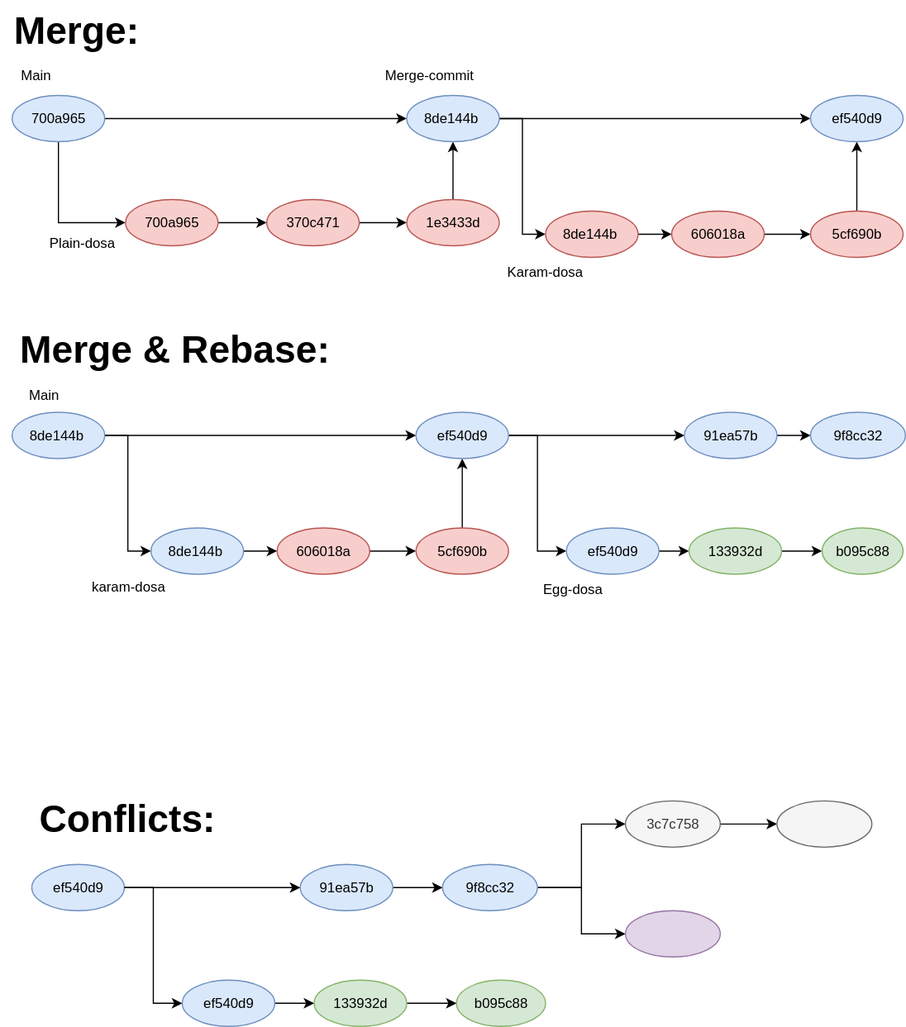
Earlier version of the draw.io export Untitled Diagram.svg (MEDASANI-CHARAN/git-dosa). Source tidied: cells renumbered, new cells last; positions are measured from the earlier drawing's top-left corner, leaving out a move shared by most shapes.
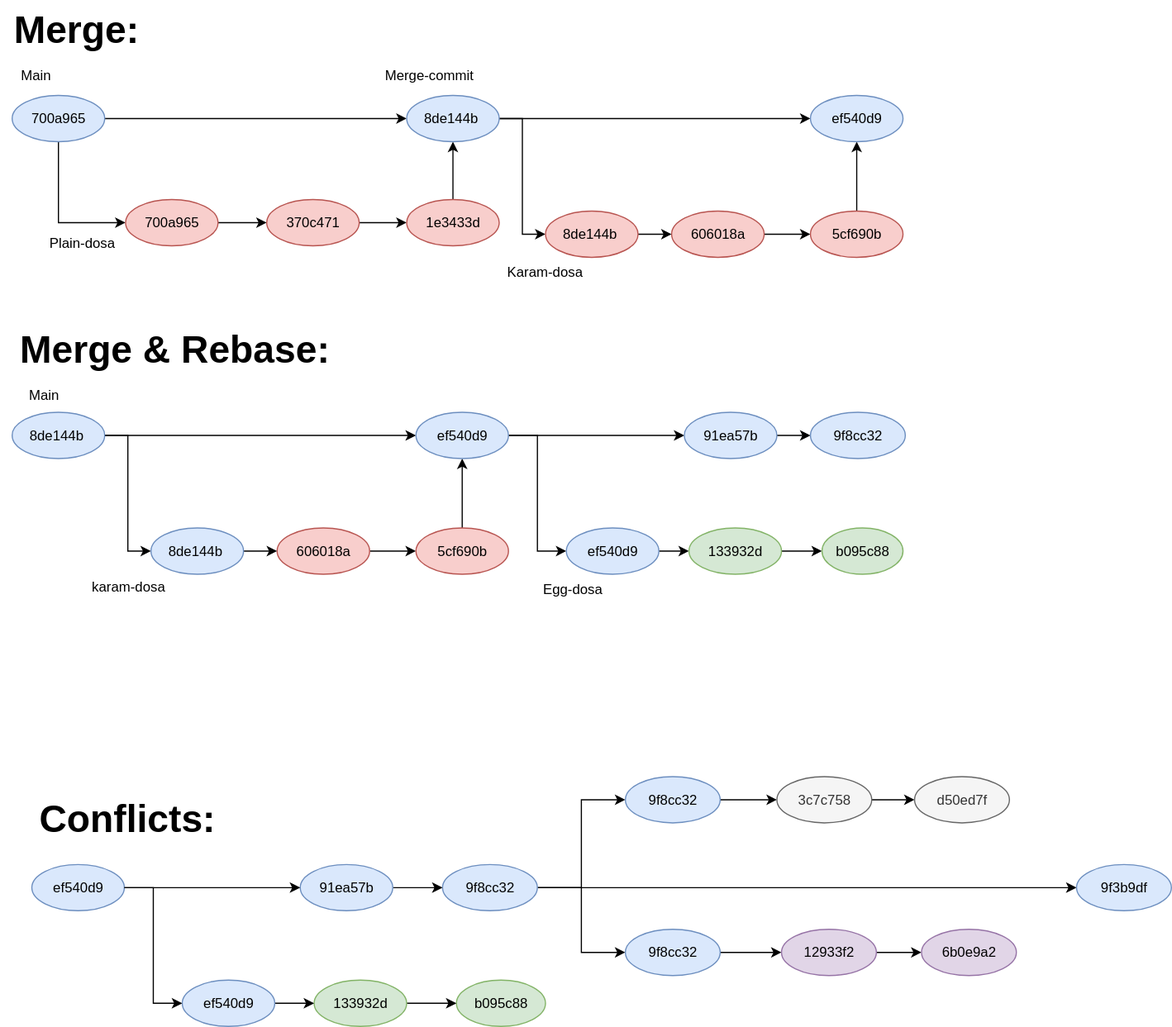
The same file after the commit.

Commit message:
added egg and Karam and extra oil

Change to the diagram source:
```diff
@@ -159,6 +159,9 @@
     <mxCell id="52" style="edgeStyle=orthogonalEdgeStyle;rounded=0;jettySize=auto;html=1;entryX=0;entryY=0.5;entryDx=0;entryDy=0;" parent="1" edge="1" source="53" target="64">
       <mxGeometry relative="1" as="geometry" />
     </mxCell>
+    <mxCell id="68" style="edgeStyle=orthogonalEdgeStyle;rounded=0;jettySize=auto;html=1;entryX=0;entryY=0.5;entryDx=0;entryDy=0;" parent="1" edge="1" source="53" target="75">
+      <mxGeometry relative="1" as="geometry" />
+    </mxCell>
     <mxCell id="53" value="9f8cc32" style="ellipse;whiteSpace=wrap;html=1;fillColor=#dae8fc;strokeColor=#6c8ebf;" parent="1" vertex="1">
       <mxGeometry x="382" y="747" width="82" height="40" as="geometry" />
     </mxCell>
@@ -192,17 +195,38 @@
     <mxCell id="63" value="&lt;b&gt;&lt;font style=&quot;font-size: 33px;&quot;&gt;Conflicts:&lt;/font&gt;&lt;/b&gt;" style="text;html=1;align=center;verticalAlign=middle;strokeColor=none;fillColor=none;" parent="1" vertex="1">
       <mxGeometry x="19" y="682" width="180" height="50" as="geometry" />
     </mxCell>
+    <mxCell id="69" style="edgeStyle=orthogonalEdgeStyle;rounded=0;jettySize=auto;html=1;" parent="1" edge="1" source="64" target="73">
+      <mxGeometry relative="1" as="geometry" />
+    </mxCell>
-    <mxCell id="64" style="ellipse;whiteSpace=wrap;html=1;fillColor=#e1d5e7;strokeColor=#9673a6;" parent="1" vertex="1">
-      <mxGeometry x="540" y="787" width="82" height="40" as="geometry" />
+    <mxCell id="64" value="9f8cc32" style="ellipse;whiteSpace=wrap;html=1;fillColor=#dae8fc;strokeColor=#6c8ebf;" parent="1" vertex="1">
+      <mxGeometry x="540" y="803" width="82" height="40" as="geometry" />
     </mxCell>
     <mxCell id="65" style="edgeStyle=orthogonalEdgeStyle;rounded=0;jettySize=auto;html=1;" parent="1" edge="1" source="66" target="67">
       <mxGeometry relative="1" as="geometry" />
     </mxCell>
-    <mxCell id="66" value="3c7c758" style="ellipse;whiteSpace=wrap;html=1;fillColor=#f5f5f5;strokeColor=#666666;fontColor=#333333;" parent="1" vertex="1">
-      <mxGeometry x="540" y="692" width="82" height="40" as="geometry" />
+    <mxCell id="66" value="&lt;span style=&quot;color: rgb(0, 0, 0);&quot;&gt;9f8cc32&lt;/span&gt;" style="ellipse;whiteSpace=wrap;html=1;fillColor=#dae8fc;strokeColor=#6c8ebf;" parent="1" vertex="1">
+      <mxGeometry x="540" y="671" width="82" height="40" as="geometry" />
     </mxCell>
+    <mxCell id="70" style="edgeStyle=orthogonalEdgeStyle;rounded=0;jettySize=auto;html=1;" parent="1" edge="1" source="67" target="71">
+      <mxGeometry relative="1" as="geometry" />
+    </mxCell>
-    <mxCell id="67" style="ellipse;whiteSpace=wrap;html=1;fillColor=#f5f5f5;strokeColor=#666666;fontColor=#333333;" parent="1" vertex="1">
-      <mxGeometry x="671" y="692" width="82" height="40" as="geometry" />
+    <mxCell id="67" value="3c7c758" style="ellipse;whiteSpace=wrap;html=1;fillColor=#f5f5f5;strokeColor=#666666;fontColor=#333333;" parent="1" vertex="1">
+      <mxGeometry x="671" y="671" width="82" height="40" as="geometry" />
     </mxCell>
+    <mxCell id="71" value="d50ed7f" style="ellipse;whiteSpace=wrap;html=1;fillColor=#f5f5f5;strokeColor=#666666;fontColor=#333333;" parent="1" vertex="1">
+      <mxGeometry x="790" y="671" width="82" height="40" as="geometry" />
+    </mxCell>
+    <mxCell id="72" style="edgeStyle=orthogonalEdgeStyle;rounded=0;jettySize=auto;html=1;" parent="1" edge="1" source="73" target="74">
+      <mxGeometry relative="1" as="geometry" />
+    </mxCell>
+    <mxCell id="73" value="12933f2" style="ellipse;whiteSpace=wrap;html=1;fillColor=#e1d5e7;strokeColor=#9673a6;" parent="1" vertex="1">
+      <mxGeometry x="675" y="803" width="82" height="40" as="geometry" />
+    </mxCell>
+    <mxCell id="74" value="6b0e9a2" style="ellipse;whiteSpace=wrap;html=1;fillColor=#e1d5e7;strokeColor=#9673a6;" parent="1" vertex="1">
+      <mxGeometry x="796" y="803" width="82" height="40" as="geometry" />
+    </mxCell>
+    <mxCell id="75" value="9f3b9df" style="ellipse;whiteSpace=wrap;html=1;fillColor=#dae8fc;strokeColor=#6c8ebf;" parent="1" vertex="1">
+      <mxGeometry x="930" y="747" width="82" height="40" as="geometry" />
+    </mxCell>
   </root>
 </mxGraphModel>
```
